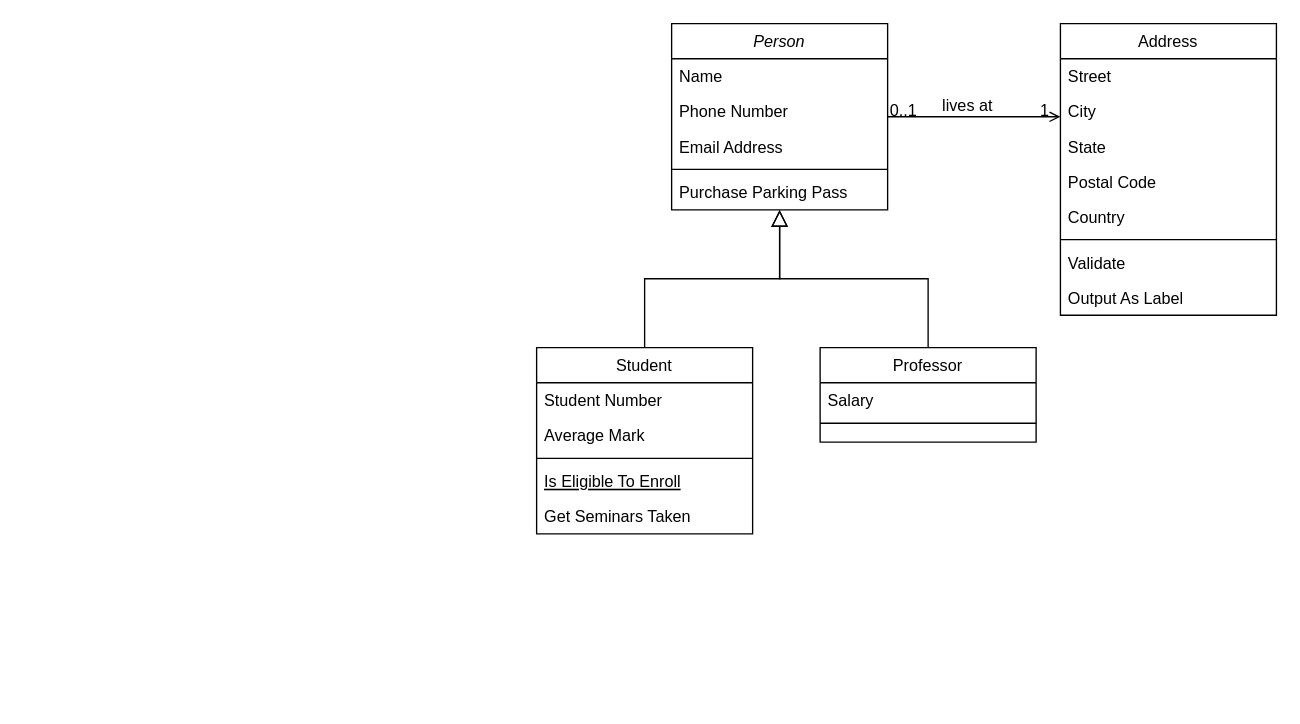
Before: Untitled Diagram.drawio in victovictorio00/Diagramas, a draw.io diagram. Source tidied: cells renumbered, new cells numbered last; positions are measured from the earlier drawing's top-left corner, leaving out a move shared by most shapes. Both pictures are drawn from the tidied source at 135%, with x=0, y=0 at pixel (536, 23).
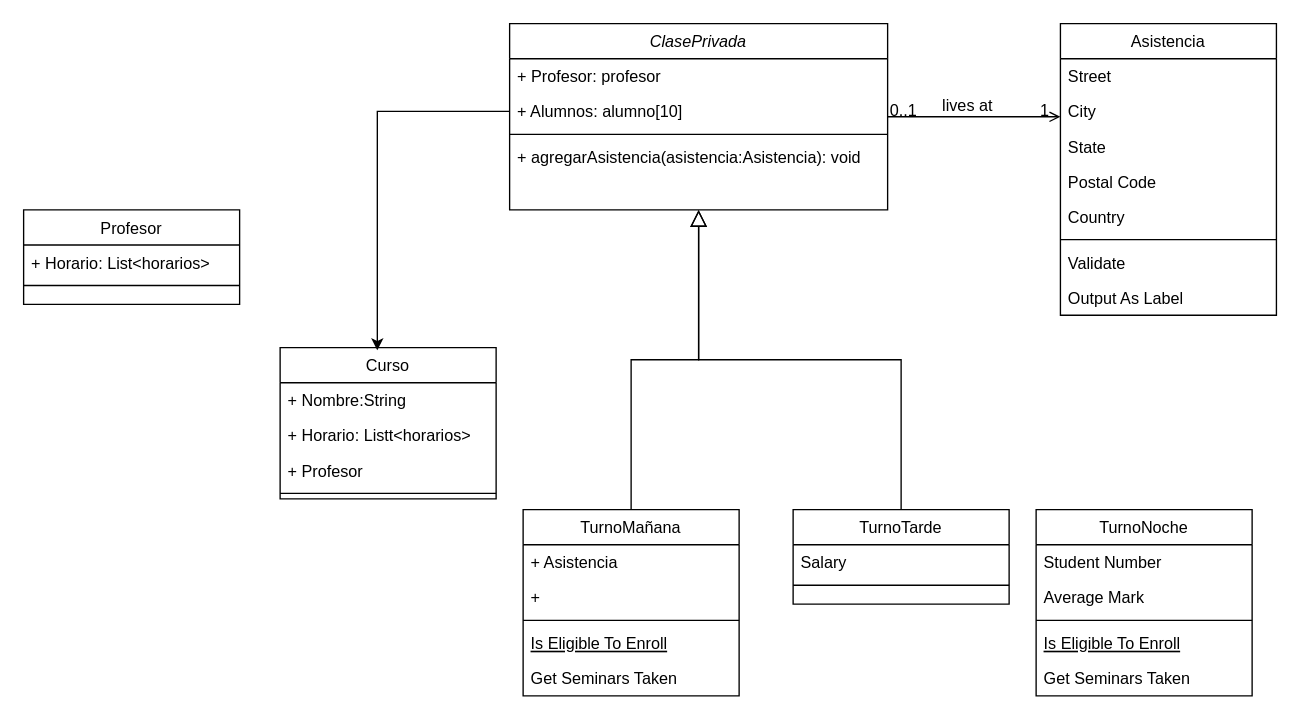
The same diagram, later.

What changed in the source:
```diff
@@
-    <mxCell id="2" value="Person" style="swimlane;fontStyle=2;align=center;verticalAlign=top;horizontal=1;startSize=26;rounded=0;shadow=0;strokeWidth=1;" parent="1" vertex="1">
-      <mxGeometry x="100" width="160" height="138" as="geometry" />
+    <mxCell id="2" value="ClasePrivada" style="swimlane;fontStyle=2;align=center;verticalAlign=top;horizontal=1;startSize=26;rounded=0;shadow=0;strokeWidth=1;" parent="1" vertex="1">
+      <mxGeometry x="-20" width="280" height="138" as="geometry" />
     </mxCell>
-    <mxCell id="3" value="Name" style="text;align=left;verticalAlign=top;spacingLeft=4;spacingRight=4;overflow=hidden;" parent="2" vertex="1">
-      <mxGeometry y="26" width="160" height="26" as="geometry" />
+    <mxCell id="3" value="+ Profesor: profesor" style="text;align=left;verticalAlign=top;spacingLeft=4;spacingRight=4;overflow=hidden;" parent="2" vertex="1">
+      <mxGeometry y="26" width="280" height="26" as="geometry" />
     </mxCell>
-    <mxCell id="4" value="Phone Number" style="text;align=left;verticalAlign=top;spacingLeft=4;spacingRight=4;overflow=hidden;points=[[0,0.5],[1,0.5]];portConstraint=eastwest;rounded=0;shadow=0;html=0;" parent="2" vertex="1">
-      <mxGeometry y="52" width="160" height="26" as="geometry" />
+    <mxCell id="4" value="+ Alumnos: alumno[10]" style="text;align=left;verticalAlign=top;spacingLeft=4;spacingRight=4;overflow=hidden;points=[[0,0.5],[1,0.5]];portConstraint=eastwest;rounded=0;shadow=0;html=0;" parent="2" vertex="1">
+      <mxGeometry y="52" width="280" height="26" as="geometry" />
     </mxCell>
-    <mxCell id="5" value="Email Address" style="text;align=left;verticalAlign=top;spacingLeft=4;spacingRight=4;overflow=hidden;rounded=0;shadow=0;html=0;" parent="2" vertex="1">
-      <mxGeometry y="78" width="160" height="26" as="geometry" />
-    </mxCell>
     <mxCell id="6" style="line;html=1;strokeWidth=1;align=left;verticalAlign=middle;spacingTop=-1;spacingLeft=3;spacingRight=3;labelPosition=right;" parent="2" vertex="1">
-      <mxGeometry y="104" width="160" height="8" as="geometry" />
+      <mxGeometry y="78" width="280" height="8" as="geometry" />
     </mxCell>
-    <mxCell id="7" value="Purchase Parking Pass" style="text;align=left;verticalAlign=top;spacingLeft=4;spacingRight=4;overflow=hidden;" parent="2" vertex="1">
-      <mxGeometry y="112" width="160" height="26" as="geometry" />
+    <mxCell id="7" value="+ agregarAsistencia(asistencia:Asistencia): void" style="text;align=left;verticalAlign=top;spacingLeft=4;spacingRight=4;overflow=hidden;" parent="2" vertex="1">
+      <mxGeometry y="86" width="280" height="26" as="geometry" />
     </mxCell>
-    <mxCell id="8" value="Student" style="swimlane;fontStyle=0;align=center;verticalAlign=top;horizontal=1;startSize=26;rounded=0;shadow=0;strokeWidth=1;" parent="1" vertex="1">
-      <mxGeometry y="240" width="160" height="138" as="geometry" />
+    <mxCell id="8" value="TurnoMañana" style="swimlane;fontStyle=0;align=center;verticalAlign=top;horizontal=1;startSize=26;rounded=0;shadow=0;strokeWidth=1;" parent="1" vertex="1">
+      <mxGeometry x="-10" y="360" width="160" height="138" as="geometry" />
     </mxCell>
-    <mxCell id="9" value="Student Number" style="text;align=left;verticalAlign=top;spacingLeft=4;spacingRight=4;overflow=hidden;" parent="8" vertex="1">
+    <mxCell id="9" value="+ Asistencia" style="text;align=left;verticalAlign=top;spacingLeft=4;spacingRight=4;overflow=hidden;" parent="8" vertex="1">
       <mxGeometry y="26" width="160" height="26" as="geometry" />
     </mxCell>
-    <mxCell id="10" value="Average Mark" style="text;align=left;verticalAlign=top;spacingLeft=4;spacingRight=4;overflow=hidden;rounded=0;shadow=0;html=0;" parent="8" vertex="1">
+    <mxCell id="10" value="+ " style="text;align=left;verticalAlign=top;spacingLeft=4;spacingRight=4;overflow=hidden;rounded=0;shadow=0;html=0;" parent="8" vertex="1">
       <mxGeometry y="52" width="160" height="26" as="geometry" />
     </mxCell>
@@
-    <mxCell id="15" value="Professor" style="swimlane;fontStyle=0;align=center;verticalAlign=top;horizontal=1;startSize=26;rounded=0;shadow=0;strokeWidth=1;" parent="1" vertex="1">
-      <mxGeometry x="210" y="240" width="160" height="70" as="geometry" />
+    <mxCell id="15" value="TurnoTarde" style="swimlane;fontStyle=0;align=center;verticalAlign=top;horizontal=1;startSize=26;rounded=0;shadow=0;strokeWidth=1;" parent="1" vertex="1">
+      <mxGeometry x="190" y="360" width="160" height="70" as="geometry" />
     </mxCell>
@@
-    <mxCell id="19" value="Address" style="swimlane;fontStyle=0;align=center;verticalAlign=top;horizontal=1;startSize=26;rounded=0;shadow=0;strokeWidth=1;" parent="1" vertex="1">
+    <mxCell id="19" value="Asistencia" style="swimlane;fontStyle=0;align=center;verticalAlign=top;horizontal=1;startSize=26;rounded=0;shadow=0;strokeWidth=1;" parent="1" vertex="1">
       <mxGeometry x="388" width="160" height="216" as="geometry" />
     </mxCell>
@@
+    <mxCell id="32" value="TurnoNoche" style="swimlane;fontStyle=0;align=center;verticalAlign=top;horizontal=1;startSize=26;rounded=0;shadow=0;strokeWidth=1;" parent="1" vertex="1">
+      <mxGeometry x="370" y="360" width="160" height="138" as="geometry" />
+    </mxCell>
+    <mxCell id="33" value="Student Number" style="text;align=left;verticalAlign=top;spacingLeft=4;spacingRight=4;overflow=hidden;" parent="32" vertex="1">
+      <mxGeometry y="26" width="160" height="26" as="geometry" />
+    </mxCell>
+    <mxCell id="34" value="Average Mark" style="text;align=left;verticalAlign=top;spacingLeft=4;spacingRight=4;overflow=hidden;rounded=0;shadow=0;html=0;" parent="32" vertex="1">
+      <mxGeometry y="52" width="160" height="26" as="geometry" />
+    </mxCell>
+    <mxCell id="35" style="line;html=1;strokeWidth=1;align=left;verticalAlign=middle;spacingTop=-1;spacingLeft=3;spacingRight=3;labelPosition=right;" parent="32" vertex="1">
+      <mxGeometry y="78" width="160" height="8" as="geometry" />
+    </mxCell>
+    <mxCell id="36" value="Is Eligible To Enroll" style="text;align=left;verticalAlign=top;spacingLeft=4;spacingRight=4;overflow=hidden;fontStyle=4;" parent="32" vertex="1">
+      <mxGeometry y="86" width="160" height="26" as="geometry" />
+    </mxCell>
+    <mxCell id="37" value="Get Seminars Taken" style="text;align=left;verticalAlign=top;spacingLeft=4;spacingRight=4;overflow=hidden;" parent="32" vertex="1">
+      <mxGeometry y="112" width="160" height="26" as="geometry" />
+    </mxCell>
+    <mxCell id="38" value="Curso" style="swimlane;fontStyle=0;align=center;verticalAlign=top;horizontal=1;startSize=26;rounded=0;shadow=0;strokeWidth=1;" parent="1" vertex="1">
+      <mxGeometry x="-190" y="240" width="160" height="112" as="geometry" />
+    </mxCell>
+    <mxCell id="39" value="+ Nombre:String" style="text;align=left;verticalAlign=top;spacingLeft=4;spacingRight=4;overflow=hidden;" parent="38" vertex="1">
+      <mxGeometry y="26" width="160" height="26" as="geometry" />
+    </mxCell>
+    <mxCell id="40" value="+ Horario: Listt&lt;horarios&gt;" style="text;align=left;verticalAlign=top;spacingLeft=4;spacingRight=4;overflow=hidden;" parent="38" vertex="1">
+      <mxGeometry y="52" width="160" height="26" as="geometry" />
+    </mxCell>
+    <mxCell id="41" value="+ Profesor" style="text;align=left;verticalAlign=top;spacingLeft=4;spacingRight=4;overflow=hidden;" parent="38" vertex="1">
+      <mxGeometry y="78" width="160" height="26" as="geometry" />
+    </mxCell>
+    <mxCell id="42" style="line;html=1;strokeWidth=1;align=left;verticalAlign=middle;spacingTop=-1;spacingLeft=3;spacingRight=3;labelPosition=right;" parent="38" vertex="1">
+      <mxGeometry y="104" width="160" height="8" as="geometry" />
+    </mxCell>
+    <mxCell id="43" value="Profesor" style="swimlane;fontStyle=0;align=center;verticalAlign=top;horizontal=1;startSize=26;rounded=0;shadow=0;strokeWidth=1;" parent="1" vertex="1">
+      <mxGeometry x="-380" y="138" width="160" height="70" as="geometry" />
+    </mxCell>
+    <mxCell id="44" value="+ Horario: List&lt;horarios&gt;" style="text;align=left;verticalAlign=top;spacingLeft=4;spacingRight=4;overflow=hidden;" parent="43" vertex="1">
+      <mxGeometry y="26" width="160" height="26" as="geometry" />
+    </mxCell>
+    <mxCell id="45" style="line;html=1;strokeWidth=1;align=left;verticalAlign=middle;spacingTop=-1;spacingLeft=3;spacingRight=3;labelPosition=right;" parent="43" vertex="1">
+      <mxGeometry y="52" width="160" height="8" as="geometry" />
+    </mxCell>
+    <mxCell id="46" style="edgeStyle=orthogonalEdgeStyle;rounded=0;jettySize=auto;html=1;exitX=0;exitY=0.5;exitDx=0;exitDy=0;entryX=0.45;entryY=0.018;entryDx=0;entryDy=0;entryPerimeter=0;" parent="1" edge="1" source="4" target="38">
+      <mxGeometry relative="1" as="geometry" />
+    </mxCell>
```
